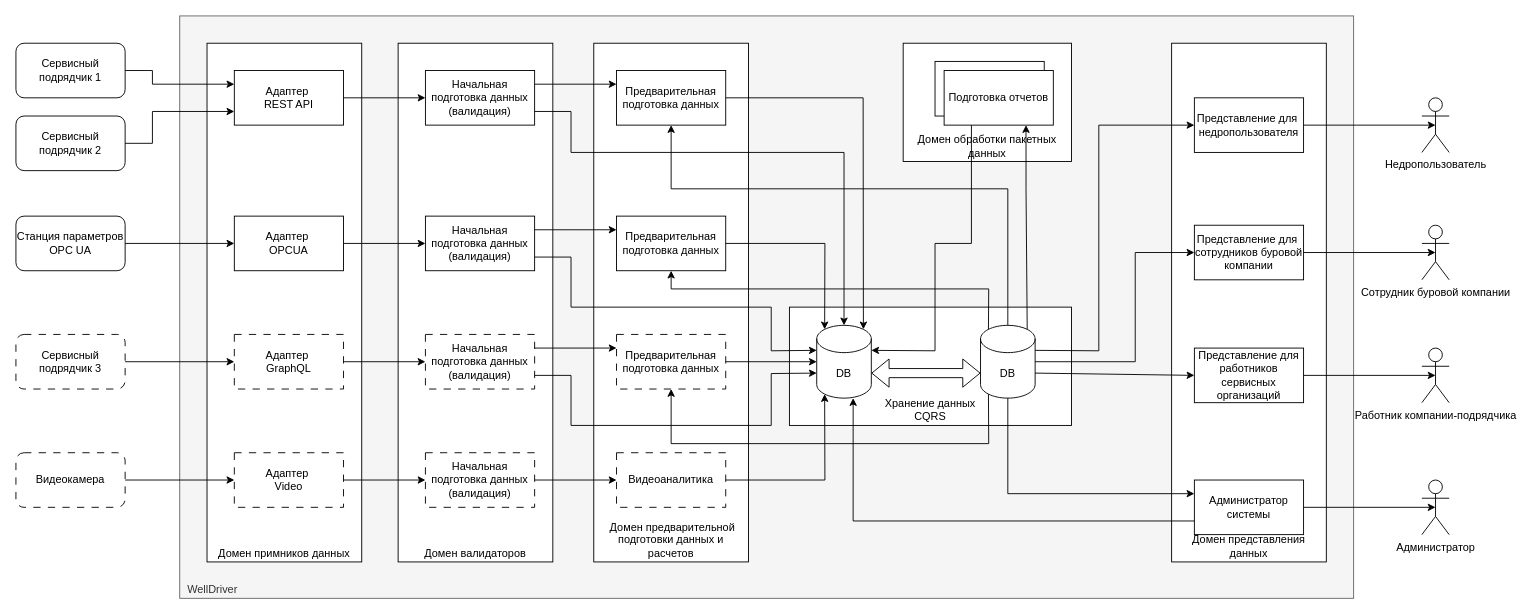
Earlier version of the draw.io diagram ADL/ADR5_data/domains.drawio (szurs2006/otusproject). Source tidied: cells renumbered, new cells numbered last; positions are measured from the earlier drawing's top-left corner, leaving out a move shared by most shapes. Both pictures are drawn from the tidied source at 91%, with x=0, y=0 at pixel (15, 15).
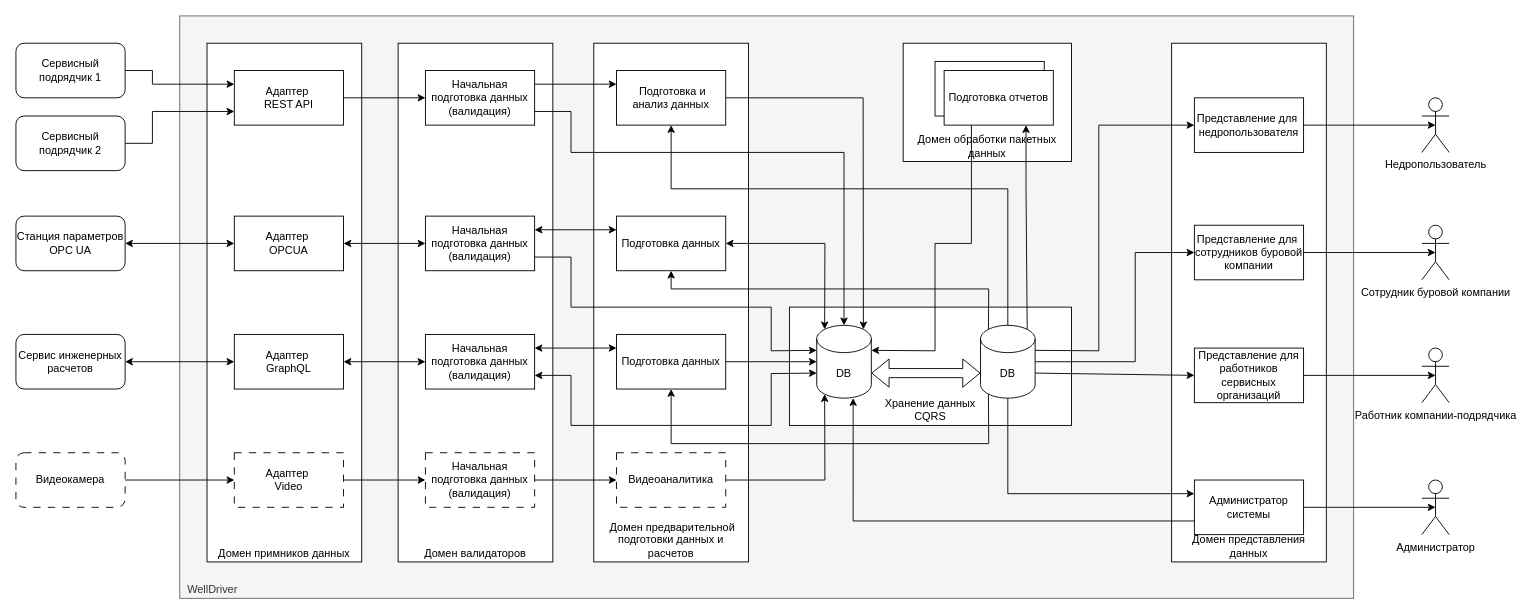
The same diagram, later.

Unchanged cells that the change refers to:
```xml
<mxCell id="12" value="Станция параметров OPC UA" style="rounded=1;whiteSpace=wrap;html=1;" parent="1" vertex="1">
  <mxGeometry y="220" width="120" height="60" as="geometry" />
</mxCell>
<mxCell id="13" value="Адаптер&amp;nbsp;&lt;br&gt;OPCUA" style="rounded=0;whiteSpace=wrap;html=1;" parent="1" vertex="1">
  <mxGeometry x="240" y="220" width="120" height="60" as="geometry" />
</mxCell>
<mxCell id="24" value="Начальная подготовка данных (валидация)" style="rounded=0;whiteSpace=wrap;html=1;" parent="1" vertex="1">
  <mxGeometry x="450" y="220" width="120" height="60" as="geometry" />
</mxCell>
<mxCell id="27" value="DB" style="shape=cylinder3;whiteSpace=wrap;html=1;boundedLbl=1;backgroundOutline=1;size=15;" parent="1" vertex="1">
  <mxGeometry x="880" y="340" width="60" height="80" as="geometry" />
</mxCell>
```

What changed in the source:
```diff
@@
-    <mxCell id="14" value="Адаптер&amp;nbsp;&lt;br&gt;GraphQL" style="rounded=0;whiteSpace=wrap;html=1;dashed=1;dashPattern=8 8;" parent="1" vertex="1">
+    <mxCell id="14" value="Адаптер&amp;nbsp;&lt;br&gt;GraphQL" style="rounded=0;whiteSpace=wrap;html=1;" parent="1" vertex="1">
       <mxGeometry x="240" y="350" width="120" height="60" as="geometry" />
     </mxCell>
@@
-    <mxCell id="16" value="Сервисный подрядчик 3" style="rounded=1;whiteSpace=wrap;html=1;dashed=1;dashPattern=8 8;" parent="1" vertex="1">
+    <mxCell id="16" value="Сервис инженерных расчетов" style="rounded=1;whiteSpace=wrap;html=1;" parent="1" vertex="1">
       <mxGeometry y="350" width="120" height="60" as="geometry" />
     </mxCell>
@@
-    <mxCell id="20" style="endArrow=classic;html=1;rounded=0;exitX=1;exitY=0.5;exitDx=0;exitDy=0;entryX=0;entryY=0.5;entryDx=0;entryDy=0;" parent="1" edge="1" source="12" target="13">
+    <mxCell id="20" style="endArrow=classic;html=1;rounded=0;exitX=1;exitY=0.5;exitDx=0;exitDy=0;entryX=0;entryY=0.5;entryDx=0;entryDy=0;startArrow=classic;startFill=1;" parent="1" edge="1" source="12" target="13">
       <mxGeometry relative="1" as="geometry" />
     </mxCell>
-    <mxCell id="21" style="endArrow=classic;html=1;rounded=0;exitX=1;exitY=0.5;exitDx=0;exitDy=0;entryX=0;entryY=0.5;entryDx=0;entryDy=0;" parent="1" edge="1" source="16" target="14">
+    <mxCell id="21" style="endArrow=classic;html=1;rounded=0;exitX=1;exitY=0.5;exitDx=0;exitDy=0;entryX=0;entryY=0.5;entryDx=0;entryDy=0;startArrow=classic;startFill=1;" parent="1" edge="1" source="16" target="14">
       <mxGeometry relative="1" as="geometry" />
     </mxCell>
@@
-    <mxCell id="25" value="Начальная подготовка данных (валидация)" style="rounded=0;whiteSpace=wrap;html=1;dashed=1;dashPattern=8 8;" parent="1" vertex="1">
+    <mxCell id="25" value="Начальная подготовка данных (валидация)" style="rounded=0;whiteSpace=wrap;html=1;" parent="1" vertex="1">
       <mxGeometry x="450" y="350" width="120" height="60" as="geometry" />
     </mxCell>
@@
-    <mxCell id="30" style="endArrow=classic;html=1;rounded=0;exitX=1;exitY=0.5;exitDx=0;exitDy=0;entryX=0;entryY=0.5;entryDx=0;entryDy=0;" parent="1" edge="1" source="13" target="24">
+    <mxCell id="30" style="endArrow=classic;html=1;rounded=0;exitX=1;exitY=0.5;exitDx=0;exitDy=0;entryX=0;entryY=0.5;entryDx=0;entryDy=0;startArrow=classic;startFill=1;" parent="1" edge="1" source="13" target="24">
       <mxGeometry relative="1" as="geometry" />
     </mxCell>
-    <mxCell id="31" style="endArrow=classic;html=1;rounded=0;exitX=1;exitY=0.5;exitDx=0;exitDy=0;entryX=0;entryY=0.5;entryDx=0;entryDy=0;" parent="1" edge="1" source="14" target="25">
+    <mxCell id="31" style="endArrow=classic;html=1;rounded=0;exitX=1;exitY=0.5;exitDx=0;exitDy=0;entryX=0;entryY=0.5;entryDx=0;entryDy=0;startArrow=classic;startFill=1;" parent="1" edge="1" source="14" target="25">
       <mxGeometry relative="1" as="geometry" />
     </mxCell>
@@
-    <mxCell id="33" value="Предварительная подготовка данных" style="rounded=0;whiteSpace=wrap;html=1;" parent="1" vertex="1">
+    <mxCell id="33" value="&amp;nbsp;Подготовка и анализ данных" style="rounded=0;whiteSpace=wrap;html=1;" parent="1" vertex="1">
       <mxGeometry x="660" y="60" width="120" height="60" as="geometry" />
     </mxCell>
@@
-    <mxCell id="35" value="Предварительная подготовка данных" style="rounded=0;whiteSpace=wrap;html=1;" parent="1" vertex="1">
+    <mxCell id="35" value="Подготовка данных" style="rounded=0;whiteSpace=wrap;html=1;" parent="1" vertex="1">
       <mxGeometry x="660" y="220" width="120" height="60" as="geometry" />
     </mxCell>
-    <mxCell id="36" value="Предварительная подготовка данных" style="rounded=0;whiteSpace=wrap;html=1;dashed=1;dashPattern=8 8;" parent="1" vertex="1">
+    <mxCell id="36" value="Подготовка данных" style="rounded=0;whiteSpace=wrap;html=1;" parent="1" vertex="1">
       <mxGeometry x="660" y="350" width="120" height="60" as="geometry" />
     </mxCell>
@@
-    <mxCell id="39" style="endArrow=classic;html=1;rounded=0;exitX=1;exitY=0.25;exitDx=0;exitDy=0;entryX=0;entryY=0.25;entryDx=0;entryDy=0;" parent="1" edge="1" source="24" target="35">
+    <mxCell id="39" style="endArrow=classic;html=1;rounded=0;exitX=1;exitY=0.25;exitDx=0;exitDy=0;entryX=0;entryY=0.25;entryDx=0;entryDy=0;startArrow=classic;startFill=1;" parent="1" edge="1" source="24" target="35">
       <mxGeometry relative="1" as="geometry">
         <Array as="points">
           <mxPoint x="610" y="235" />
         </Array>
       </mxGeometry>
     </mxCell>
@@
-    <mxCell id="42" style="endArrow=classic;html=1;rounded=0;exitX=1;exitY=0.75;exitDx=0;exitDy=0;entryX=0;entryY=0;entryDx=0;entryDy=52.5;entryPerimeter=0;" parent="1" edge="1" source="25" target="27">
+    <mxCell id="42" style="endArrow=classic;html=1;rounded=0;exitX=1;exitY=0.75;exitDx=0;exitDy=0;entryX=0;entryY=0;entryDx=0;entryDy=52.5;entryPerimeter=0;startArrow=classic;startFill=1;" parent="1" edge="1" source="25" target="27">
       <mxGeometry relative="1" as="geometry">
         <Array as="points">
           <mxPoint x="610" y="395" />
           <mxPoint x="610" y="450" />
           <mxPoint x="830" y="450" />
           <mxPoint x="830" y="393" />
         </Array>
       </mxGeometry>
     </mxCell>
@@
-    <mxCell id="44" style="endArrow=classic;html=1;rounded=0;entryX=0.145;entryY=0;entryDx=0;entryDy=4.35;entryPerimeter=0;exitX=1;exitY=0.5;exitDx=0;exitDy=0;" parent="1" edge="1" source="35" target="27">
+    <mxCell id="44" style="endArrow=classic;html=1;rounded=0;entryX=0.145;entryY=0;entryDx=0;entryDy=4.35;entryPerimeter=0;exitX=1;exitY=0.5;exitDx=0;exitDy=0;startArrow=classic;startFill=1;" parent="1" edge="1" source="35" target="27">
       <mxGeometry relative="1" as="geometry">
         <Array as="points">
           <mxPoint x="889" y="250" />
         </Array>
       </mxGeometry>
     </mxCell>
-    <mxCell id="45" style="endArrow=classic;html=1;rounded=0;exitX=1;exitY=0.25;exitDx=0;exitDy=0;entryX=0;entryY=0.25;entryDx=0;entryDy=0;" parent="1" edge="1" source="25" target="36">
+    <mxCell id="45" style="endArrow=classic;html=1;rounded=0;exitX=1;exitY=0.25;exitDx=0;exitDy=0;entryX=0;entryY=0.25;entryDx=0;entryDy=0;startArrow=classic;startFill=1;" parent="1" edge="1" source="25" target="36">
       <mxGeometry relative="1" as="geometry" />
     </mxCell>
```
